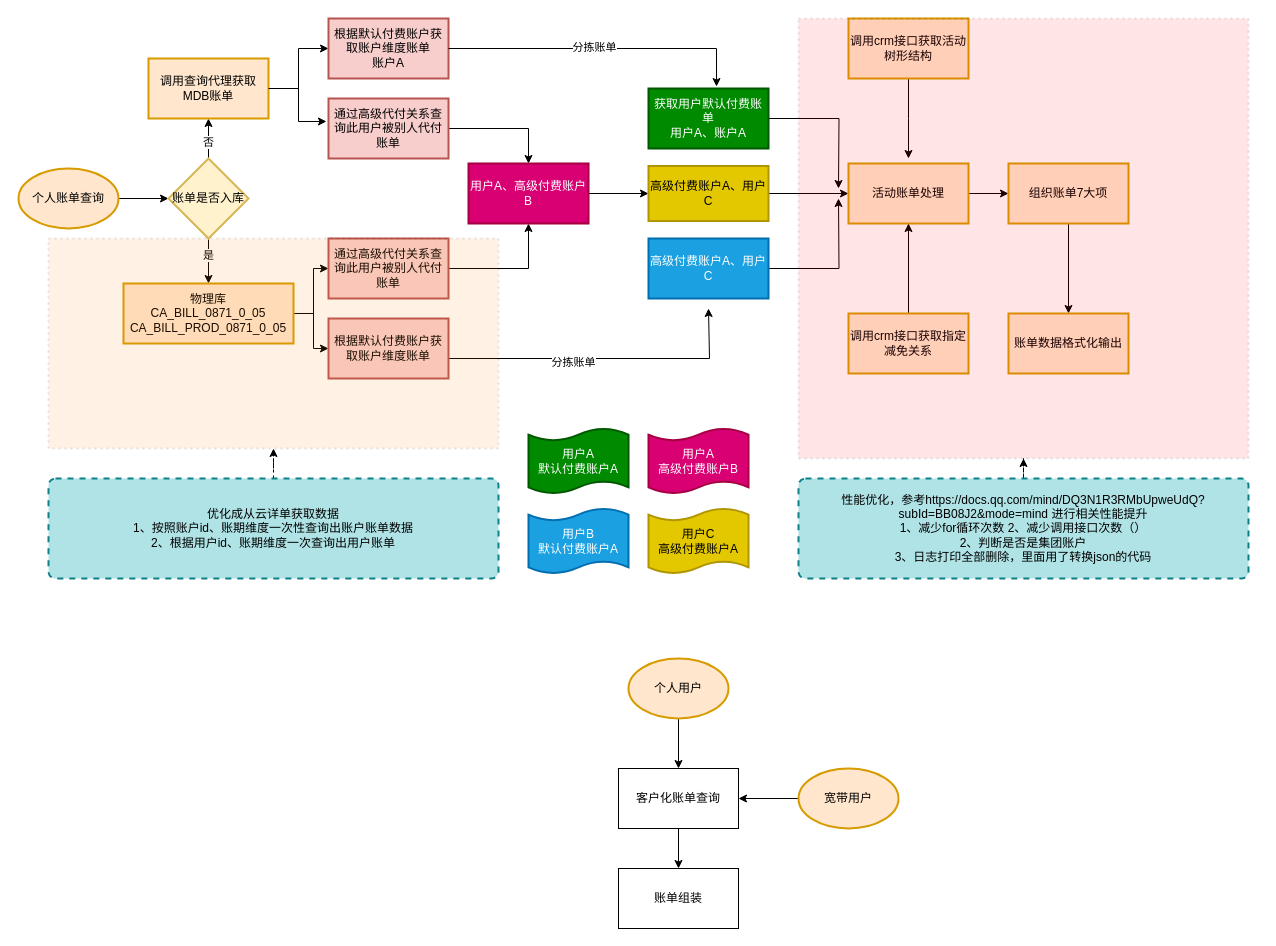
Above: 未命名绘图.drawio in 315944211/doc (draw.io), before the change. Source tidied: cells renumbered, new cells numbered last; positions are measured from the earlier drawing's top-left corner, leaving out a move shared by most shapes. Both pictures are drawn from the tidied source at 100%, with x=0, y=0 at pixel (18, 18).
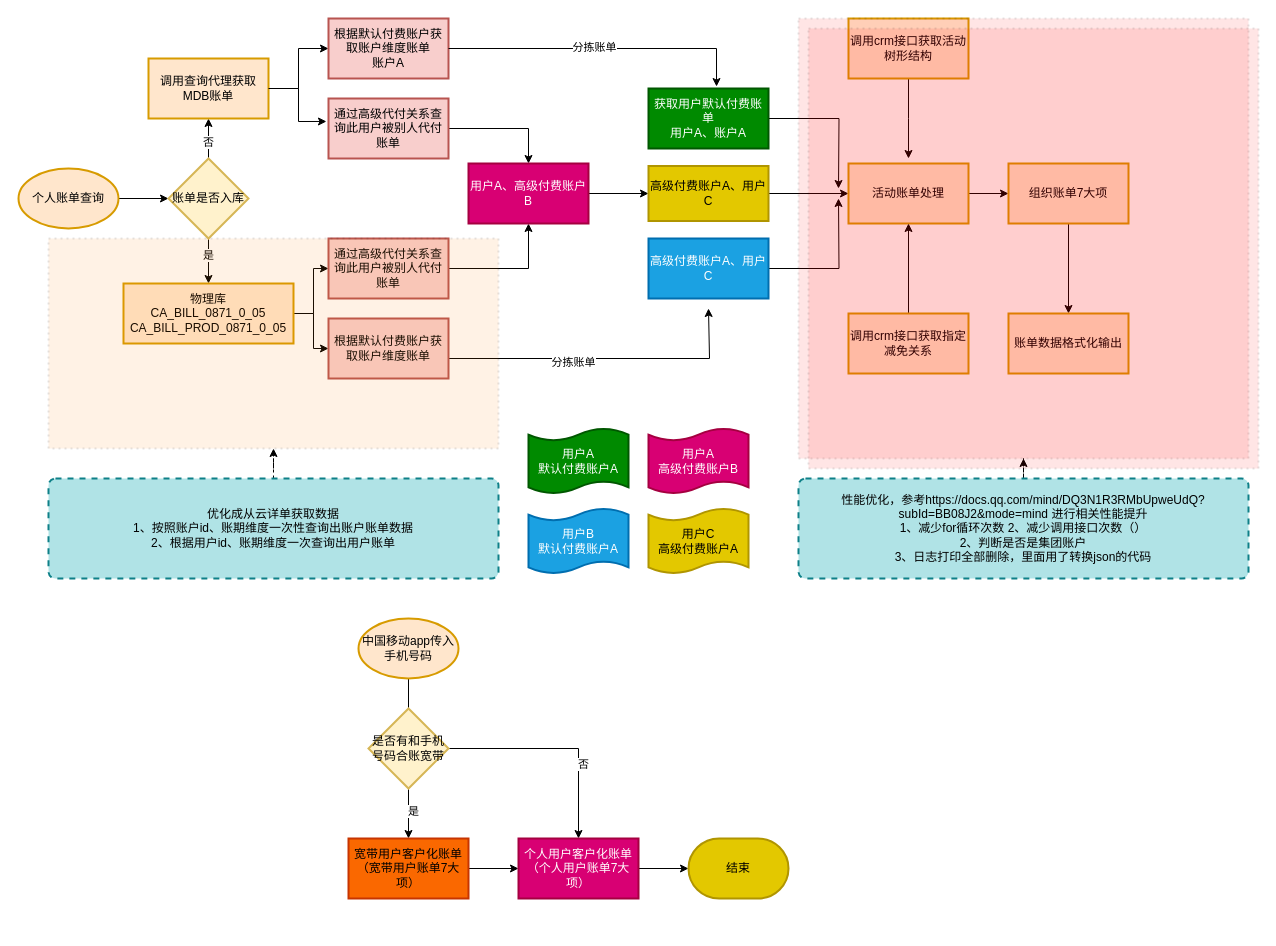
The same diagram, later.

Commit message:
更新未命名绘图.drawio

Change to the diagram source:
```diff
@@
-    <mxCell id="52" style="edgeStyle=orthogonalEdgeStyle;rounded=0;jettySize=auto;html=1;" parent="1" edge="1" source="53" target="58">
-      <mxGeometry relative="1" as="geometry" />
-    </mxCell>
-    <mxCell id="53" value="客户化账单查询" style="rounded=0;whiteSpace=wrap;html=1;" parent="1" vertex="1">
-      <mxGeometry x="600" y="750" width="120" height="60" as="geometry" />
-    </mxCell>
-    <mxCell id="54" style="edgeStyle=orthogonalEdgeStyle;rounded=0;jettySize=auto;html=1;" parent="1" edge="1" source="55" target="53">
-      <mxGeometry relative="1" as="geometry" />
+    <mxCell id="54" style="edgeStyle=orthogonalEdgeStyle;rounded=0;jettySize=auto;html=1;" parent="1" edge="1" source="55">
+      <mxGeometry relative="1" as="geometry">
+        <mxPoint x="390" y="820" as="targetPoint" />
+      </mxGeometry>
     </mxCell>
+    <mxCell id="59" value="是" style="edgeLabel;html=1;align=center;verticalAlign=middle;" parent="54" vertex="1">
+      <mxGeometry x="0.66" y="4" relative="1" as="geometry" />
+    </mxCell>
-    <mxCell id="55" value="个人用户" style="strokeWidth=2;html=1;shape=mxgraph.flowchart.start_1;whiteSpace=wrap;fillColor=#ffe6cc;strokeColor=#d79b00;" parent="1" vertex="1">
-      <mxGeometry x="610" y="640" width="100" height="60" as="geometry" />
+    <mxCell id="55" value="中国移动app传入手机号码" style="strokeWidth=2;html=1;shape=mxgraph.flowchart.start_1;whiteSpace=wrap;fillColor=#ffe6cc;strokeColor=#d79b00;" parent="1" vertex="1">
+      <mxGeometry x="340" y="600" width="100" height="60" as="geometry" />
     </mxCell>
-    <mxCell id="56" style="edgeStyle=orthogonalEdgeStyle;rounded=0;jettySize=auto;html=1;" parent="1" edge="1" source="57" target="53">
-      <mxGeometry relative="1" as="geometry" />
-    </mxCell>
-    <mxCell id="57" value="宽带用户" style="strokeWidth=2;html=1;shape=mxgraph.flowchart.start_1;whiteSpace=wrap;fillColor=#ffe6cc;strokeColor=#d79b00;" parent="1" vertex="1">
-      <mxGeometry x="780" y="750" width="100" height="60" as="geometry" />
-    </mxCell>
-    <mxCell id="58" value="账单组装" style="whiteSpace=wrap;html=1;rounded=0;" parent="1" vertex="1">
-      <mxGeometry x="600" y="850" width="120" height="60" as="geometry" />
-    </mxCell>
+    <mxCell id="60" style="edgeStyle=orthogonalEdgeStyle;rounded=0;jettySize=auto;html=1;" parent="1" edge="1" source="62" target="67">
+      <mxGeometry relative="1" as="geometry" />
+    </mxCell>
+    <mxCell id="61" value="否" style="edgeLabel;html=1;align=center;verticalAlign=middle;" parent="60" vertex="1">
+      <mxGeometry x="0.32" y="4" relative="1" as="geometry" />
+    </mxCell>
+    <mxCell id="62" value="是否有和手机号码合账宽带" style="rhombus;whiteSpace=wrap;html=1;strokeWidth=2;fillColor=#fff2cc;strokeColor=#d6b656;" parent="1" vertex="1">
+      <mxGeometry x="350" y="690" width="80" height="80" as="geometry" />
+    </mxCell>
+    <mxCell id="63" style="rounded=0;whiteSpace=wrap;html=1;absoluteArcSize=1;arcSize=14;strokeWidth=2;dashed=1;opacity=10;fillColor=#FF0000;strokeColor=default;dashPattern=1 2;" parent="1" vertex="1">
+      <mxGeometry x="790" y="10" width="450" height="440" as="geometry" />
+    </mxCell>
+    <mxCell id="64" style="edgeStyle=orthogonalEdgeStyle;rounded=0;jettySize=auto;html=1;" parent="1" edge="1" source="65" target="67">
+      <mxGeometry relative="1" as="geometry" />
+    </mxCell>
+    <mxCell id="65" value="宽带用户客户化账单（宽带用户账单7大项）" style="whiteSpace=wrap;html=1;strokeWidth=2;fillColor=#fa6800;fontColor=#000000;strokeColor=#C73500;" parent="1" vertex="1">
+      <mxGeometry x="330" y="820" width="120" height="60" as="geometry" />
+    </mxCell>
+    <mxCell id="66" style="edgeStyle=orthogonalEdgeStyle;rounded=0;jettySize=auto;html=1;" parent="1" edge="1" source="67" target="68">
+      <mxGeometry relative="1" as="geometry" />
+    </mxCell>
+    <mxCell id="67" value="个人用户客户化账单（个人用户账单7大项）" style="whiteSpace=wrap;html=1;fillColor=#d80073;strokeColor=#A50040;strokeWidth=2;fontColor=#ffffff;" parent="1" vertex="1">
+      <mxGeometry x="500" y="820" width="120" height="60" as="geometry" />
+    </mxCell>
+    <mxCell id="68" value="结束" style="strokeWidth=2;html=1;shape=mxgraph.flowchart.terminator;whiteSpace=wrap;fillColor=#e3c800;fontColor=#000000;strokeColor=#B09500;" parent="1" vertex="1">
+      <mxGeometry x="670" y="820" width="100" height="60" as="geometry" />
+    </mxCell>
```
